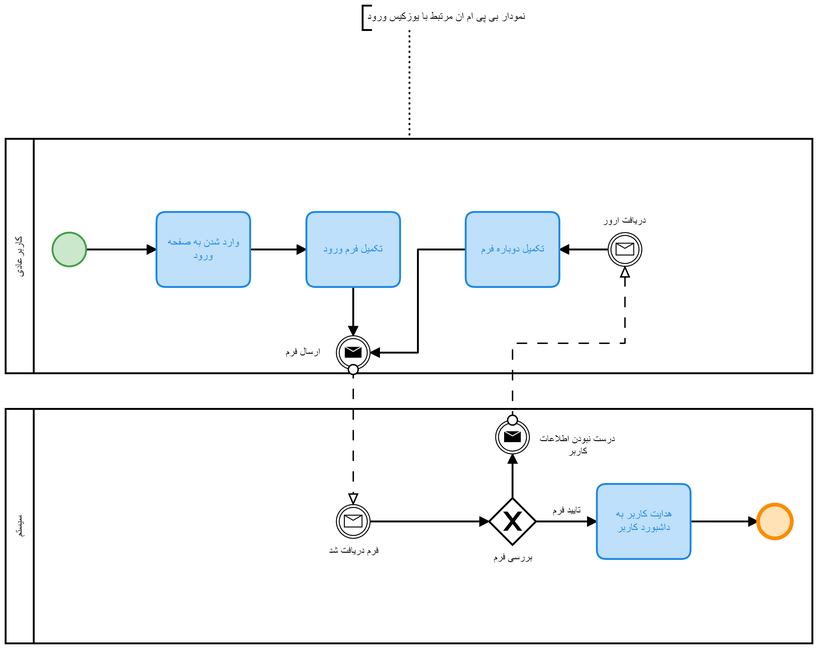
hirezadehghani/website-builder keeps this BPMN diagram as Diagrams/Activity Diagram & bpmn diagram/bpmn/PDF-version/log-in-user.png. Above is the earlier version. Its source is kept beside it as Diagrams/Activity Diagram & bpmn diagram/bpmn/log-in-user.bpmn. Ids are renumbered.
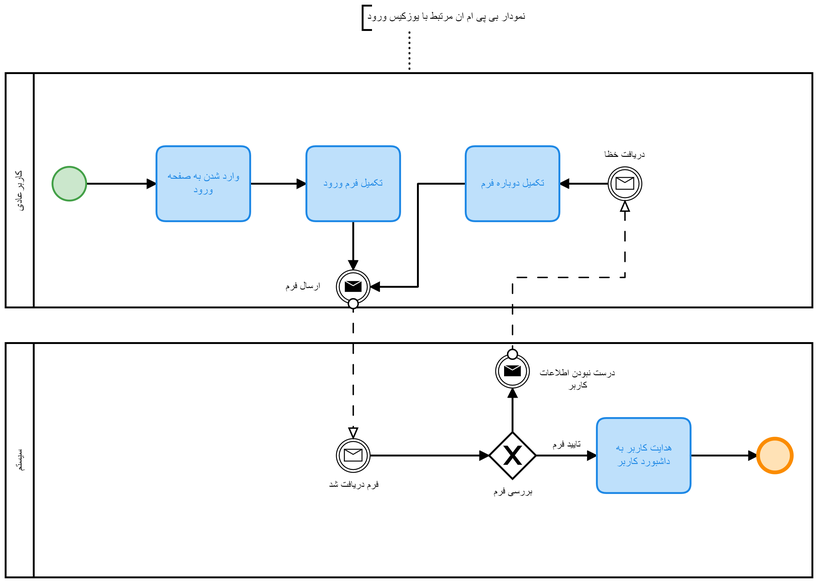
The same file after the commit.

Change to the diagram source:
```diff
@@ -25,20 +25,20 @@
       <bpmn:incoming>Flow_n21</bpmn:incoming>
       <bpmn:outgoing>Flow_n22</bpmn:outgoing>
     </bpmn:task>
-    <bpmn:sequenceFlow id="Flow_n17" sourceRef="Activity_n16" targetRef="Activity_n18" />
-    <bpmn:sequenceFlow id="Flow_n15" sourceRef="StartEvent_1" targetRef="Activity_n16" />
-    <bpmn:intermediateCatchEvent id="Event_n9" name="دریافت ارور">
+    <bpmn:intermediateCatchEvent id="Event_n9" name="دریافت خظا">
       <bpmn:outgoing>Flow_n21</bpmn:outgoing>
       <bpmn:messageEventDefinition id="MessageEventDefinition_n23" />
     </bpmn:intermediateCatchEvent>
-    <bpmn:sequenceFlow id="Flow_n21" sourceRef="Event_n9" targetRef="Activity_n20" />
     <bpmn:intermediateThrowEvent id="Event_n11" name="ارسال فرم">
       <bpmn:incoming>Flow_n19</bpmn:incoming>
       <bpmn:incoming>Flow_n22</bpmn:incoming>
       <bpmn:messageEventDefinition id="MessageEventDefinition_n24" />
     </bpmn:intermediateThrowEvent>
+    <bpmn:sequenceFlow id="Flow_n22" sourceRef="Activity_n20" targetRef="Event_n11" />
     <bpmn:sequenceFlow id="Flow_n19" sourceRef="Activity_n18" targetRef="Event_n11" />
-    <bpmn:sequenceFlow id="Flow_n22" sourceRef="Activity_n20" targetRef="Event_n11" />
+    <bpmn:sequenceFlow id="Flow_n21" sourceRef="Event_n9" targetRef="Activity_n20" />
+    <bpmn:sequenceFlow id="Flow_n15" sourceRef="StartEvent_1" targetRef="Activity_n16" />
+    <bpmn:sequenceFlow id="Flow_n17" sourceRef="Activity_n16" targetRef="Activity_n18" />
   </bpmn:process>
   <bpmn:process id="Process_n6" isExecutable="false">
     <bpmn:exclusiveGateway id="Gateway_n25" name="بررسی فرم">
@@ -61,124 +61,124 @@
       <bpmn:incoming>Flow_n27</bpmn:incoming>
       <bpmn:messageEventDefinition id="MessageEventDefinition_n33" />
     </bpmn:intermediateThrowEvent>
+    <bpmn:sequenceFlow id="Flow_n26" sourceRef="Event_n12" targetRef="Gateway_n25" />
+    <bpmn:sequenceFlow id="Flow_n27" sourceRef="Gateway_n25" targetRef="Event_n8" />
+    <bpmn:sequenceFlow id="Flow_n28" name="تایید فرم" sourceRef="Gateway_n25" targetRef="Activity_n29" />
     <bpmn:sequenceFlow id="Flow_n30" sourceRef="Activity_n29" targetRef="Event_n31" />
-    <bpmn:sequenceFlow id="Flow_n28" name="تایید فرم" sourceRef="Gateway_n25" targetRef="Activity_n29" />
-    <bpmn:sequenceFlow id="Flow_n27" sourceRef="Gateway_n25" targetRef="Event_n8" />
-    <bpmn:sequenceFlow id="Flow_n26" sourceRef="Event_n12" targetRef="Gateway_n25" />
   </bpmn:process>
   <bpmndi:BPMNDiagram id="BPMNDiagram_1">
     <bpmndi:BPMNPlane id="BPMNPlane_1" bpmnElement="Collaboration_n2">
       <bpmndi:BPMNShape id="Participant_n3_di" bpmnElement="Participant_n3" isHorizontal="true">
-        <dc:Bounds x="129" y="222" width="861" height="250" />
+        <dc:Bounds x="129" y="152" width="861" height="250" />
       </bpmndi:BPMNShape>
+      <bpmndi:BPMNEdge id="Flow_n22_di" bpmnElement="Flow_n22">
+        <di:waypoint x="620" y="270" />
+        <di:waypoint x="569" y="270" />
+        <di:waypoint x="569" y="380" />
+        <di:waypoint x="518" y="380" />
+      </bpmndi:BPMNEdge>
+      <bpmndi:BPMNEdge id="Flow_n19_di" bpmnElement="Flow_n19">
+        <di:waypoint x="500" y="310" />
+        <di:waypoint x="500" y="362" />
+      </bpmndi:BPMNEdge>
+      <bpmndi:BPMNEdge id="Flow_n21_di" bpmnElement="Flow_n21">
+        <di:waypoint x="772" y="270" />
+        <di:waypoint x="720" y="270" />
+      </bpmndi:BPMNEdge>
       <bpmndi:BPMNEdge id="Flow_n15_di" bpmnElement="Flow_n15">
-        <di:waypoint x="215" y="340" />
-        <di:waypoint x="290" y="340" />
+        <di:waypoint x="215" y="270" />
+        <di:waypoint x="290" y="270" />
       </bpmndi:BPMNEdge>
       <bpmndi:BPMNEdge id="Flow_n17_di" bpmnElement="Flow_n17">
-        <di:waypoint x="390" y="340" />
-        <di:waypoint x="450" y="340" />
-      </bpmndi:BPMNEdge>
-      <bpmndi:BPMNEdge id="Flow_n21_di" bpmnElement="Flow_n21">
-        <di:waypoint x="772" y="340" />
-        <di:waypoint x="720" y="340" />
-      </bpmndi:BPMNEdge>
-      <bpmndi:BPMNEdge id="Flow_n19_di" bpmnElement="Flow_n19">
-        <di:waypoint x="500" y="380" />
-        <di:waypoint x="500" y="432" />
-      </bpmndi:BPMNEdge>
-      <bpmndi:BPMNEdge id="Flow_n22_di" bpmnElement="Flow_n22">
-        <di:waypoint x="620" y="340" />
-        <di:waypoint x="569" y="340" />
-        <di:waypoint x="569" y="450" />
-        <di:waypoint x="518" y="450" />
+        <di:waypoint x="390" y="270" />
+        <di:waypoint x="450" y="270" />
       </bpmndi:BPMNEdge>
       <bpmndi:BPMNShape id="_BPMNShape_StartEvent_2" bpmnElement="StartEvent_1" bioc:stroke="#43a047" bioc:fill="#c8e6c9" color:background-color="#c8e6c9" color:border-color="#43a047">
-        <dc:Bounds x="179" y="322" width="36" height="36" />
+        <dc:Bounds x="179" y="252" width="36" height="36" />
       </bpmndi:BPMNShape>
       <bpmndi:BPMNShape id="Activity_n16_di" bpmnElement="Activity_n16" bioc:stroke="#1e88e5" bioc:fill="#bbdefb" color:background-color="#bbdefb" color:border-color="#1e88e5">
-        <dc:Bounds x="290" y="300" width="100" height="80" />
+        <dc:Bounds x="290" y="230" width="100" height="80" />
       </bpmndi:BPMNShape>
       <bpmndi:BPMNShape id="Activity_n18_di" bpmnElement="Activity_n18" bioc:stroke="#1e88e5" bioc:fill="#bbdefb" color:background-color="#bbdefb" color:border-color="#1e88e5">
-        <dc:Bounds x="450" y="300" width="100" height="80" />
+        <dc:Bounds x="450" y="230" width="100" height="80" />
       </bpmndi:BPMNShape>
       <bpmndi:BPMNShape id="Activity_n20_di" bpmnElement="Activity_n20" bioc:stroke="#1e88e5" bioc:fill="#bbdefb" color:background-color="#bbdefb" color:border-color="#1e88e5">
-        <dc:Bounds x="620" y="300" width="100" height="80" />
+        <dc:Bounds x="620" y="230" width="100" height="80" />
       </bpmndi:BPMNShape>
       <bpmndi:BPMNShape id="Event_0pk35q5_di" bpmnElement="Event_n9">
-        <dc:Bounds x="772" y="322" width="36" height="36" />
+        <dc:Bounds x="772" y="252" width="36" height="36" />
         <bpmndi:BPMNLabel>
-          <dc:Bounds x="766" y="303" width="48" height="14" />
+          <dc:Bounds x="768" y="233" width="44" height="14" />
         </bpmndi:BPMNLabel>
       </bpmndi:BPMNShape>
       <bpmndi:BPMNShape id="Event_0695a56_di" bpmnElement="Event_n11">
-        <dc:Bounds x="482" y="432" width="36" height="36" />
+        <dc:Bounds x="482" y="362" width="36" height="36" />
         <bpmndi:BPMNLabel>
-          <dc:Bounds x="428" y="443" width="37" height="14" />
+          <dc:Bounds x="428" y="373" width="37" height="14" />
         </bpmndi:BPMNLabel>
       </bpmndi:BPMNShape>
       <bpmndi:BPMNShape id="Participant_n5_di" bpmnElement="Participant_n5" isHorizontal="true">
-        <dc:Bounds x="129" y="510" width="861" height="250" />
+        <dc:Bounds x="129" y="440" width="861" height="250" />
       </bpmndi:BPMNShape>
       <bpmndi:BPMNEdge id="Flow_n26_di" bpmnElement="Flow_n26">
-        <di:waypoint x="518" y="630" />
-        <di:waypoint x="645" y="630" />
+        <di:waypoint x="518" y="560" />
+        <di:waypoint x="645" y="560" />
       </bpmndi:BPMNEdge>
       <bpmndi:BPMNEdge id="Flow_n27_di" bpmnElement="Flow_n27">
-        <di:waypoint x="670" y="605" />
-        <di:waypoint x="670" y="558" />
+        <di:waypoint x="670" y="535" />
+        <di:waypoint x="670" y="488" />
       </bpmndi:BPMNEdge>
       <bpmndi:BPMNEdge id="Flow_n28_di" bpmnElement="Flow_n28">
-        <di:waypoint x="695" y="630" />
-        <di:waypoint x="760" y="630" />
+        <di:waypoint x="695" y="560" />
+        <di:waypoint x="760" y="560" />
         <bpmndi:BPMNLabel>
-          <dc:Bounds x="713" y="612" width="29" height="14" />
+          <dc:Bounds x="713" y="542" width="29" height="14" />
         </bpmndi:BPMNLabel>
       </bpmndi:BPMNEdge>
       <bpmndi:BPMNEdge id="Flow_n30_di" bpmnElement="Flow_n30">
-        <di:waypoint x="860" y="630" />
-        <di:waypoint x="932" y="630" />
+        <di:waypoint x="860" y="560" />
+        <di:waypoint x="932" y="560" />
       </bpmndi:BPMNEdge>
       <bpmndi:BPMNShape id="Gateway_n25_di" bpmnElement="Gateway_n25" isMarkerVisible="true">
-        <dc:Bounds x="645" y="605" width="50" height="50" />
+        <dc:Bounds x="645" y="535" width="50" height="50" />
         <bpmndi:BPMNLabel>
-          <dc:Bounds x="650" y="662" width="41" height="14" />
+          <dc:Bounds x="650" y="592" width="41" height="14" />
         </bpmndi:BPMNLabel>
       </bpmndi:BPMNShape>
       <bpmndi:BPMNShape id="Activity_n29_di" bpmnElement="Activity_n29" bioc:stroke="#1e88e5" bioc:fill="#bbdefb" color:background-color="#bbdefb" color:border-color="#1e88e5">
-        <dc:Bounds x="760" y="590" width="100" height="80" />
+        <dc:Bounds x="760" y="520" width="100" height="80" />
       </bpmndi:BPMNShape>
       <bpmndi:BPMNShape id="Event_n31_di" bpmnElement="Event_n31" bioc:stroke="#fb8c00" bioc:fill="#ffe0b2" color:background-color="#ffe0b2" color:border-color="#fb8c00">
-        <dc:Bounds x="932" y="612" width="36" height="36" />
+        <dc:Bounds x="932" y="542" width="36" height="36" />
       </bpmndi:BPMNShape>
       <bpmndi:BPMNShape id="Event_1qvts17_di" bpmnElement="Event_n12">
-        <dc:Bounds x="482" y="612" width="36" height="36" />
+        <dc:Bounds x="482" y="542" width="36" height="36" />
         <bpmndi:BPMNLabel>
-          <dc:Bounds x="474" y="655" width="54" height="14" />
+          <dc:Bounds x="474" y="585" width="54" height="14" />
         </bpmndi:BPMNLabel>
       </bpmndi:BPMNShape>
       <bpmndi:BPMNShape id="Event_0106btl_di" bpmnElement="Event_n8">
-        <dc:Bounds x="652" y="522" width="36" height="36" />
+        <dc:Bounds x="652" y="452" width="36" height="36" />
         <bpmndi:BPMNLabel>
-          <dc:Bounds x="699" y="536" width="82" height="27" />
+          <dc:Bounds x="699" y="466" width="82" height="27" />
         </bpmndi:BPMNLabel>
       </bpmndi:BPMNShape>
       <bpmndi:BPMNShape id="TextAnnotation_n13_di" bpmnElement="TextAnnotation_n13">
         <dc:Bounds x="510" y="80" width="330" height="26" />
       </bpmndi:BPMNShape>
       <bpmndi:BPMNEdge id="Association_n14_di" bpmnElement="Association_n14">
-        <di:waypoint x="560" y="222" />
+        <di:waypoint x="560" y="152" />
         <di:waypoint x="560" y="106" />
       </bpmndi:BPMNEdge>
       <bpmndi:BPMNEdge id="Flow_n7_di" bpmnElement="Flow_n7">
-        <di:waypoint x="670" y="522" />
-        <di:waypoint x="670" y="440" />
-        <di:waypoint x="790" y="440" />
-        <di:waypoint x="790" y="358" />
+        <di:waypoint x="670" y="452" />
+        <di:waypoint x="670" y="370" />
+        <di:waypoint x="790" y="370" />
+        <di:waypoint x="790" y="288" />
       </bpmndi:BPMNEdge>
       <bpmndi:BPMNEdge id="Flow_n10_di" bpmnElement="Flow_n10">
-        <di:waypoint x="500" y="468" />
-        <di:waypoint x="500" y="612" />
+        <di:waypoint x="500" y="398" />
+        <di:waypoint x="500" y="542" />
       </bpmndi:BPMNEdge>
     </bpmndi:BPMNPlane>
   </bpmndi:BPMNDiagram>
```
